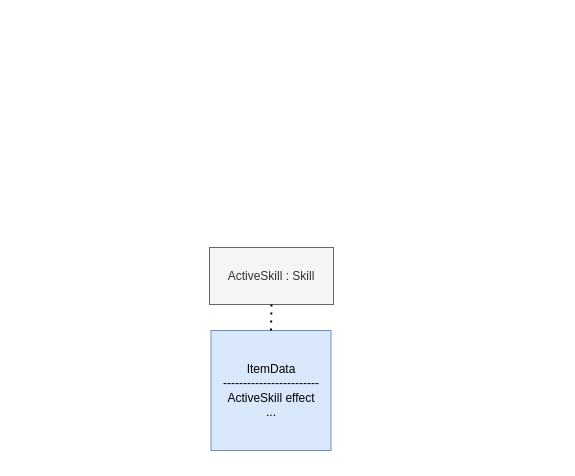
Above: page "Inventory.Items" (1 of 7) of workflows/Inventory,Skills & Effects.drawio in moretech1402/Unity-Scripts (draw.io), before the change. Source tidied: cells renumbered, new cells numbered last; positions are measured from the earlier drawing's top-left corner, leaving out a move shared by most shapes. Both pictures are drawn from the tidied source at 100%, with x=0, y=0 at pixel (209, 247).
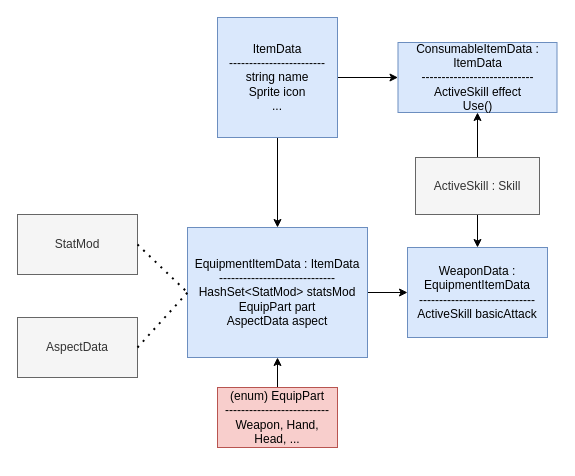
The same page after the edit.

The edit, as a diff of the source:
```diff
@@
 <mxGraphModel>
   <root>
     <mxCell id="0" />
     <mxCell id="1" parent="0" />
+    <mxCell id="6" style="edgeStyle=orthogonalEdgeStyle;rounded=0;jettySize=auto;html=1;entryX=0.5;entryY=0;entryDx=0;entryDy=0;" parent="1" edge="1" source="2" target="11">
+      <mxGeometry relative="1" as="geometry" />
+    </mxCell>
+    <mxCell id="7" style="edgeStyle=orthogonalEdgeStyle;rounded=0;jettySize=auto;html=1;entryX=0;entryY=0.5;entryDx=0;entryDy=0;" parent="1" edge="1" source="2" target="15">
+      <mxGeometry relative="1" as="geometry" />
+    </mxCell>
-    <mxCell id="2" value="ItemData&lt;div&gt;------------------------&lt;/div&gt;&lt;div&gt;ActiveSkill effect&lt;/div&gt;&lt;div&gt;...&lt;/div&gt;" style="whiteSpace=wrap;html=1;fillColor=#dae8fc;strokeColor=#6c8ebf;" parent="1" vertex="1">
-      <mxGeometry x="1.5" y="83" width="120" height="120" as="geometry" />
+    <mxCell id="2" value="ItemData&lt;div&gt;------------------------&lt;/div&gt;&lt;div&gt;string name&lt;/div&gt;&lt;div&gt;Sprite icon&lt;/div&gt;&lt;div&gt;...&lt;/div&gt;" style="whiteSpace=wrap;html=1;fillColor=#dae8fc;strokeColor=#6c8ebf;" parent="1" vertex="1">
+      <mxGeometry x="8" y="-230" width="120" height="120" as="geometry" />
     </mxCell>
+    <mxCell id="8" style="edgeStyle=orthogonalEdgeStyle;rounded=0;jettySize=auto;html=1;entryX=0.5;entryY=1;entryDx=0;entryDy=0;" parent="1" edge="1" source="3" target="15">
+      <mxGeometry relative="1" as="geometry" />
+    </mxCell>
+    <mxCell id="9" style="edgeStyle=orthogonalEdgeStyle;rounded=0;jettySize=auto;html=1;entryX=0.5;entryY=0;entryDx=0;entryDy=0;" parent="1" edge="1" source="3" target="12">
+      <mxGeometry relative="1" as="geometry" />
+    </mxCell>
     <mxCell id="3" value="ActiveSkill : Skill" style="rounded=0;whiteSpace=wrap;html=1;fillColor=#f5f5f5;strokeColor=#666666;fontColor=#333333;" parent="1" vertex="1">
-      <mxGeometry width="124" height="57" as="geometry" />
+      <mxGeometry x="206" y="-90" width="124" height="57" as="geometry" />
     </mxCell>
     <mxCell id="4" style="edgeStyle=orthogonalEdgeStyle;rounded=0;orthogonalLoop=1;jettySize=auto;html=1;exitX=0.5;exitY=1;exitDx=0;exitDy=0;" parent="1" edge="1" source="2" target="2">
       <mxGeometry relative="1" as="geometry" />
     </mxCell>
-    <mxCell id="5" style="endArrow=none;dashed=1;html=1;dashPattern=1 3;strokeWidth=2;rounded=0;exitX=0.5;exitY=0;exitDx=0;exitDy=0;entryX=0.5;entryY=1;entryDx=0;entryDy=0;" parent="1" edge="1" source="2" target="3">
-      <mxGeometry relative="1" as="geometry" />
-    </mxCell>
+    <mxCell id="10" style="edgeStyle=orthogonalEdgeStyle;rounded=0;jettySize=auto;html=1;entryX=0;entryY=0.5;entryDx=0;entryDy=0;" parent="1" edge="1" source="11" target="12">
+      <mxGeometry relative="1" as="geometry" />
+    </mxCell>
+    <mxCell id="11" value="EquipmentItemData : ItemData&lt;div&gt;-----------------------------&lt;/div&gt;&lt;div&gt;HashSet&amp;lt;StatMod&amp;gt; statsMod&lt;/div&gt;&lt;div&gt;EquipPart part&lt;/div&gt;&lt;div&gt;AspectData aspect&lt;/div&gt;" style="rounded=0;whiteSpace=wrap;html=1;fillColor=#dae8fc;strokeColor=#6c8ebf;" parent="1" vertex="1">
+      <mxGeometry x="-22" y="-20" width="180" height="130" as="geometry" />
+    </mxCell>
+    <mxCell id="12" value="WeaponData : EquipmentItemData&lt;div&gt;-----------------------------&lt;/div&gt;&lt;div&gt;ActiveSkill basicAttack&lt;/div&gt;" style="rounded=0;whiteSpace=wrap;html=1;fillColor=#dae8fc;strokeColor=#6c8ebf;" parent="1" vertex="1">
+      <mxGeometry x="198" width="140" height="90" as="geometry" />
+    </mxCell>
+    <mxCell id="13" style="edgeStyle=orthogonalEdgeStyle;rounded=0;jettySize=auto;html=1;entryX=0.5;entryY=1;entryDx=0;entryDy=0;" parent="1" edge="1" source="14" target="11">
+      <mxGeometry relative="1" as="geometry" />
+    </mxCell>
+    <mxCell id="14" value="(enum) EquipPart&lt;div&gt;--------------------------&lt;/div&gt;&lt;div&gt;Weapon, Hand, Head, ...&lt;/div&gt;" style="rounded=0;whiteSpace=wrap;html=1;fillColor=#f8cecc;strokeColor=#b85450;" parent="1" vertex="1">
+      <mxGeometry x="8" y="140" width="120" height="60" as="geometry" />
+    </mxCell>
+    <mxCell id="15" value="ConsumableItemData : ItemData&lt;div&gt;----------------------------&lt;/div&gt;&lt;div&gt;ActiveSkill effect&lt;/div&gt;&lt;div&gt;Use()&lt;/div&gt;" style="rounded=0;whiteSpace=wrap;html=1;fillColor=#dae8fc;strokeColor=#6c8ebf;" parent="1" vertex="1">
+      <mxGeometry x="188.5" y="-205" width="159" height="70" as="geometry" />
+    </mxCell>
+    <mxCell id="16" value="AspectData" style="rounded=0;whiteSpace=wrap;html=1;fillColor=#f5f5f5;fontColor=#333333;strokeColor=#666666;" parent="1" vertex="1">
+      <mxGeometry x="-192" y="70" width="120" height="60" as="geometry" />
+    </mxCell>
+    <mxCell id="17" style="endArrow=none;dashed=1;html=1;dashPattern=1 3;strokeWidth=2;rounded=0;exitX=1;exitY=0.5;exitDx=0;exitDy=0;entryX=0;entryY=0.5;entryDx=0;entryDy=0;" parent="1" edge="1" source="16" target="11">
+      <mxGeometry relative="1" as="geometry" />
+    </mxCell>
+    <mxCell id="18" value="StatMod" style="rounded=0;whiteSpace=wrap;html=1;fillColor=#f5f5f5;fontColor=#333333;strokeColor=#666666;" parent="1" vertex="1">
+      <mxGeometry x="-192" y="-33" width="120" height="60" as="geometry" />
+    </mxCell>
+    <mxCell id="19" style="endArrow=none;dashed=1;html=1;dashPattern=1 3;strokeWidth=2;rounded=0;exitX=1;exitY=0.5;exitDx=0;exitDy=0;entryX=0;entryY=0.5;entryDx=0;entryDy=0;" parent="1" edge="1" source="18" target="11">
+      <mxGeometry relative="1" as="geometry" />
+    </mxCell>
   </root>
 </mxGraphModel>
```
